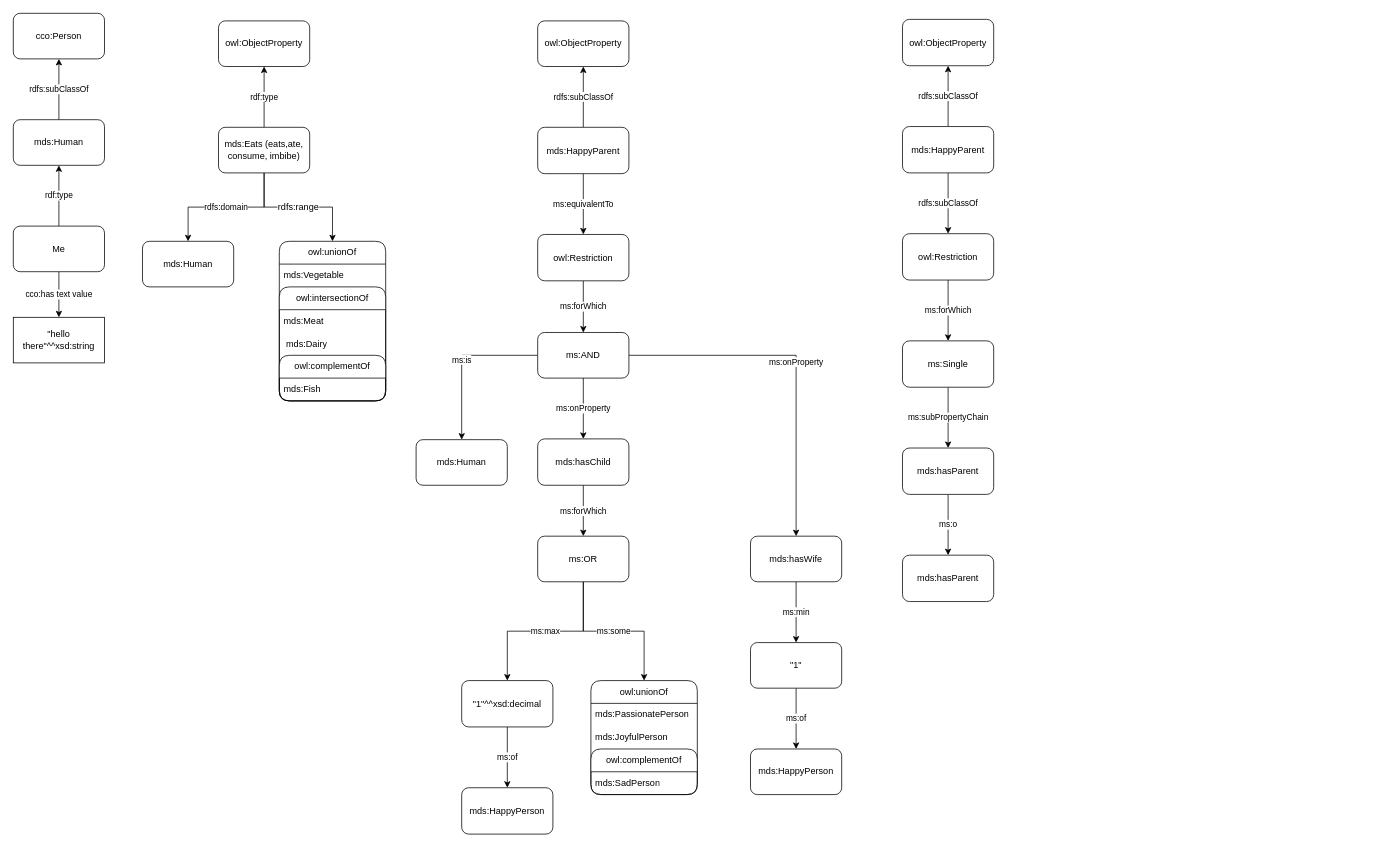
This is sandbox/axiom-test.drawio from cwru-sdle/CEMENTO, a draw.io file, before an edit. Source tidied: cells renumbered, new cells numbered last; positions are measured from the earlier drawing's top-left corner, leaving out a move shared by most shapes. Both pictures are drawn from the tidied source at 76%, with x=0, y=0 at pixel (13, 13).
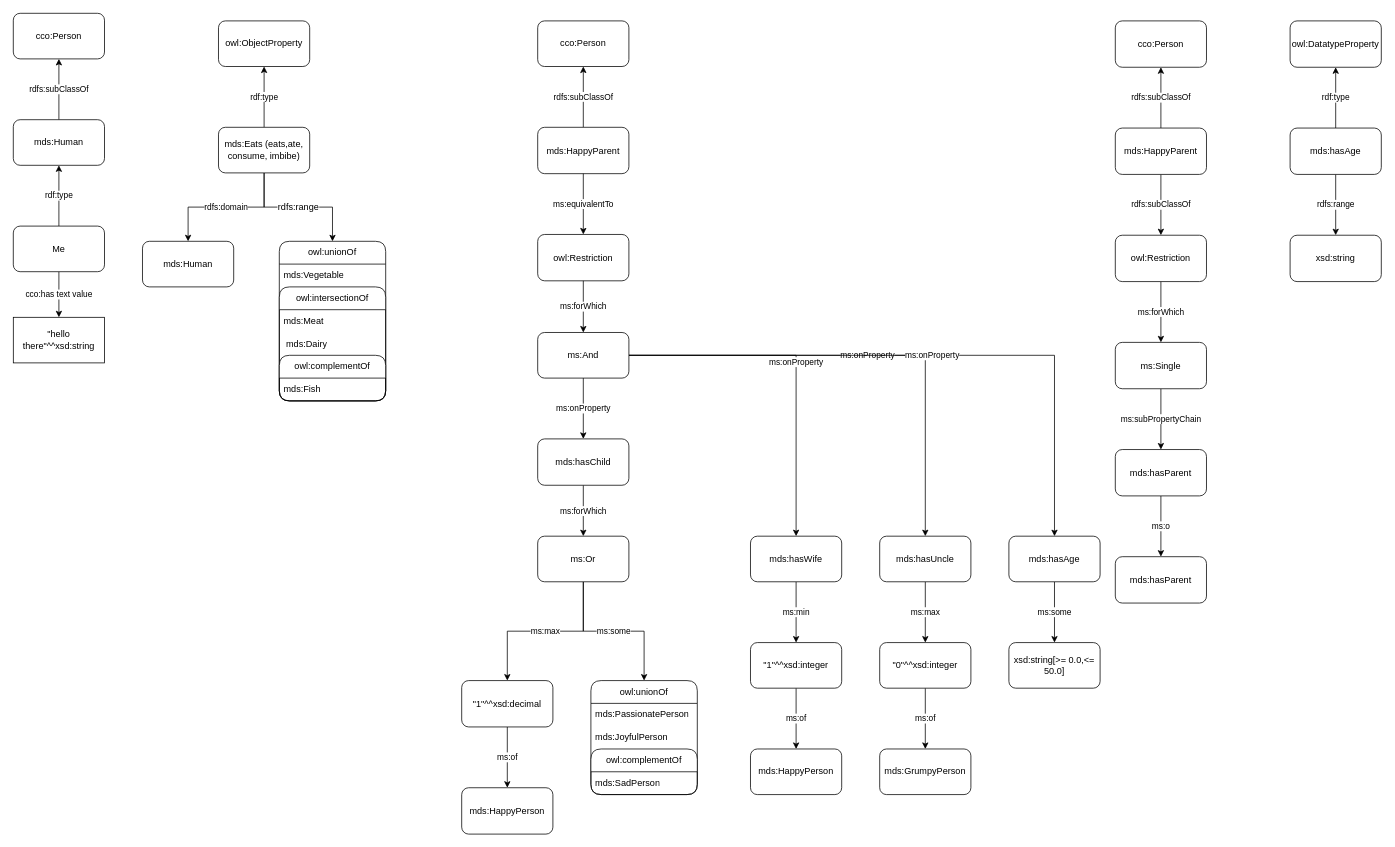
The same diagram, later.

Commit message (it also covers changes not shown here):
added graph expansion for inputs

Unchanged cells that the change refers to:
```xml
<mxCell id="20" value="owl:Restriction" style="rounded=1;whiteSpace=wrap;html=1;" parent="1" vertex="1">
  <mxGeometry x="690" y="291" width="120" height="61" as="geometry" />
</mxCell>
```

Change to the diagram source:
```diff
@@
-    <mxCell id="16" value="owl:ObjectProperty" style="rounded=1;whiteSpace=wrap;html=1;" parent="1" vertex="1">
+    <mxCell id="16" value="cco:Person" style="rounded=1;whiteSpace=wrap;html=1;" parent="1" vertex="1">
       <mxGeometry x="690" y="10" width="120" height="60" as="geometry" />
     </mxCell>
+    <mxCell id="18" value="mds:HappyParent" style="rounded=1;whiteSpace=wrap;html=1;" parent="1" vertex="1">
+      <mxGeometry x="690" y="150" width="120" height="61" as="geometry" />
+    </mxCell>
@@
-    <mxCell id="18" value="mds:HappyParent" style="rounded=1;whiteSpace=wrap;html=1;" parent="1" vertex="1">
-      <mxGeometry x="690" y="150" width="120" height="61" as="geometry" />
-    </mxCell>
-    <mxCell id="19" value="ms:forWhich" style="edgeStyle=orthogonalEdgeStyle;rounded=0;jettySize=auto;html=1;" parent="1" edge="1" source="20">
-      <mxGeometry relative="1" as="geometry">
-        <mxPoint x="750" y="420" as="targetPoint" />
-      </mxGeometry>
-    </mxCell>
@@
-    <mxCell id="33" value="ms:OR" style="rounded=1;whiteSpace=wrap;html=1;" parent="1" vertex="1">
+    <mxCell id="33" value="ms:Or" style="rounded=1;whiteSpace=wrap;html=1;" parent="1" vertex="1">
       <mxGeometry x="690" y="688" width="120" height="60" as="geometry" />
     </mxCell>
@@
-    <mxCell id="37" value="&quot;1&quot;" style="rounded=1;whiteSpace=wrap;html=1;" parent="1" vertex="1">
+    <mxCell id="37" value="&quot;1&quot;^^xsd:integer" style="rounded=1;whiteSpace=wrap;html=1;" parent="1" vertex="1">
       <mxGeometry x="970" y="828" width="120" height="60" as="geometry" />
     </mxCell>
@@
-    <mxCell id="41" value="ms:is" style="edgeStyle=orthogonalEdgeStyle;rounded=0;jettySize=auto;html=1;" parent="1" edge="1" source="42" target="61">
-      <mxGeometry relative="1" as="geometry" />
-    </mxCell>
+    <mxCell id="19" value="ms:forWhich" style="edgeStyle=orthogonalEdgeStyle;rounded=0;jettySize=auto;html=1;" parent="1" edge="1" source="20" target="42">
+      <mxGeometry relative="1" as="geometry" />
+    </mxCell>
+    <mxCell id="62" value="ms:onProperty" style="edgeStyle=orthogonalEdgeStyle;rounded=0;jettySize=auto;html=1;exitX=1;exitY=0.5;exitDx=0;exitDy=0;entryX=0.5;entryY=0;entryDx=0;entryDy=0;" parent="1" edge="1" source="42" target="65">
+      <mxGeometry relative="1" as="geometry" />
+    </mxCell>
+    <mxCell id="63" value="ms:onProperty" style="edgeStyle=orthogonalEdgeStyle;rounded=0;jettySize=auto;html=1;exitX=1;exitY=0.5;exitDx=0;exitDy=0;entryX=0.5;entryY=0;entryDx=0;entryDy=0;" parent="1" edge="1" source="42" target="75">
+      <mxGeometry relative="1" as="geometry" />
+    </mxCell>
-    <mxCell id="42" value="ms:AND" style="rounded=1;whiteSpace=wrap;html=1;" parent="1" vertex="1">
+    <mxCell id="42" value="ms:And" style="rounded=1;whiteSpace=wrap;html=1;" parent="1" vertex="1">
       <mxGeometry x="690" y="420" width="120" height="60" as="geometry" />
     </mxCell>
@@
     <mxCell id="45" value="mds:HappyParent" style="rounded=1;whiteSpace=wrap;html=1;" parent="1" vertex="1">
-      <mxGeometry x="1170" y="149" width="120" height="61" as="geometry" />
+      <mxGeometry x="1450" y="151" width="120" height="61" as="geometry" />
     </mxCell>
-    <mxCell id="46" value="owl:ObjectProperty" style="rounded=1;whiteSpace=wrap;html=1;" parent="1" vertex="1">
-      <mxGeometry x="1170" y="8" width="120" height="61" as="geometry" />
+    <mxCell id="46" value="cco:Person" style="rounded=1;whiteSpace=wrap;html=1;" parent="1" vertex="1">
+      <mxGeometry x="1450" y="10" width="120" height="61" as="geometry" />
     </mxCell>
@@
     <mxCell id="48" value="owl:Restriction" style="rounded=1;whiteSpace=wrap;html=1;" parent="1" vertex="1">
-      <mxGeometry x="1170" y="290" width="120" height="61" as="geometry" />
+      <mxGeometry x="1450" y="292" width="120" height="61" as="geometry" />
     </mxCell>
@@
     <mxCell id="50" value="ms:Single" style="rounded=1;whiteSpace=wrap;html=1;" parent="1" vertex="1">
-      <mxGeometry x="1170" y="431" width="120" height="61" as="geometry" />
+      <mxGeometry x="1450" y="433" width="120" height="61" as="geometry" />
     </mxCell>
@@
     <mxCell id="52" value="mds:hasParent" style="rounded=1;whiteSpace=wrap;html=1;" parent="1" vertex="1">
-      <mxGeometry x="1170" y="572" width="120" height="61" as="geometry" />
+      <mxGeometry x="1450" y="574" width="120" height="61" as="geometry" />
     </mxCell>
     <mxCell id="53" value="mds:hasParent" style="rounded=1;whiteSpace=wrap;html=1;" parent="1" vertex="1">
-      <mxGeometry x="1170" y="713" width="120" height="61" as="geometry" />
+      <mxGeometry x="1450" y="715" width="120" height="61" as="geometry" />
     </mxCell>
@@
-    <mxCell id="61" value="mds:Human" style="rounded=1;whiteSpace=wrap;html=1;" parent="1" vertex="1">
-      <mxGeometry x="530" y="561" width="120" height="60" as="geometry" />
-    </mxCell>
+    <mxCell id="64" value="ms:max" style="edgeStyle=orthogonalEdgeStyle;rounded=0;jettySize=auto;html=1;" parent="1" edge="1" source="65" target="67">
+      <mxGeometry relative="1" as="geometry" />
+    </mxCell>
+    <mxCell id="65" value="mds:hasUncle" style="rounded=1;whiteSpace=wrap;html=1;" parent="1" vertex="1">
+      <mxGeometry x="1140" y="688" width="120" height="60" as="geometry" />
+    </mxCell>
+    <mxCell id="66" value="ms:of" style="edgeStyle=orthogonalEdgeStyle;rounded=0;jettySize=auto;html=1;" parent="1" edge="1" source="67" target="68">
+      <mxGeometry relative="1" as="geometry" />
+    </mxCell>
+    <mxCell id="67" value="&quot;0&quot;^^xsd:integer" style="rounded=1;whiteSpace=wrap;html=1;" parent="1" vertex="1">
+      <mxGeometry x="1140" y="828" width="120" height="60" as="geometry" />
+    </mxCell>
+    <mxCell id="68" value="mds:GrumpyPerson" style="rounded=1;whiteSpace=wrap;html=1;" parent="1" vertex="1">
+      <mxGeometry x="1140" y="968" width="120" height="60" as="geometry" />
+    </mxCell>
+    <mxCell id="69" value="rdf:type" style="edgeStyle=orthogonalEdgeStyle;rounded=0;jettySize=auto;html=1;" parent="1" edge="1" source="71" target="72">
+      <mxGeometry relative="1" as="geometry" />
+    </mxCell>
+    <mxCell id="70" value="rdfs:range" style="edgeStyle=orthogonalEdgeStyle;rounded=0;jettySize=auto;html=1;" parent="1" edge="1" source="71" target="73">
+      <mxGeometry relative="1" as="geometry" />
+    </mxCell>
+    <mxCell id="71" value="mds:hasAge" style="rounded=1;whiteSpace=wrap;html=1;" parent="1" vertex="1">
+      <mxGeometry x="1680" y="151" width="120" height="61" as="geometry" />
+    </mxCell>
+    <mxCell id="72" value="owl:DatatypeProperty" style="rounded=1;whiteSpace=wrap;html=1;" parent="1" vertex="1">
+      <mxGeometry x="1680" y="10" width="120" height="61" as="geometry" />
+    </mxCell>
+    <mxCell id="73" value="xsd:string" style="rounded=1;whiteSpace=wrap;html=1;" parent="1" vertex="1">
+      <mxGeometry x="1680" y="292" width="120" height="61" as="geometry" />
+    </mxCell>
+    <mxCell id="74" value="ms:some" style="edgeStyle=orthogonalEdgeStyle;rounded=0;jettySize=auto;html=1;" parent="1" edge="1" source="75" target="76">
+      <mxGeometry relative="1" as="geometry" />
+    </mxCell>
+    <mxCell id="75" value="mds:hasAge" style="rounded=1;whiteSpace=wrap;html=1;" parent="1" vertex="1">
+      <mxGeometry x="1310" y="688" width="120" height="60" as="geometry" />
+    </mxCell>
+    <mxCell id="76" value="xsd:string[&amp;gt;= 0.0,&amp;lt;= 50.0]" style="rounded=1;whiteSpace=wrap;html=1;" parent="1" vertex="1">
+      <mxGeometry x="1310" y="828" width="120" height="60" as="geometry" />
+    </mxCell>
```
